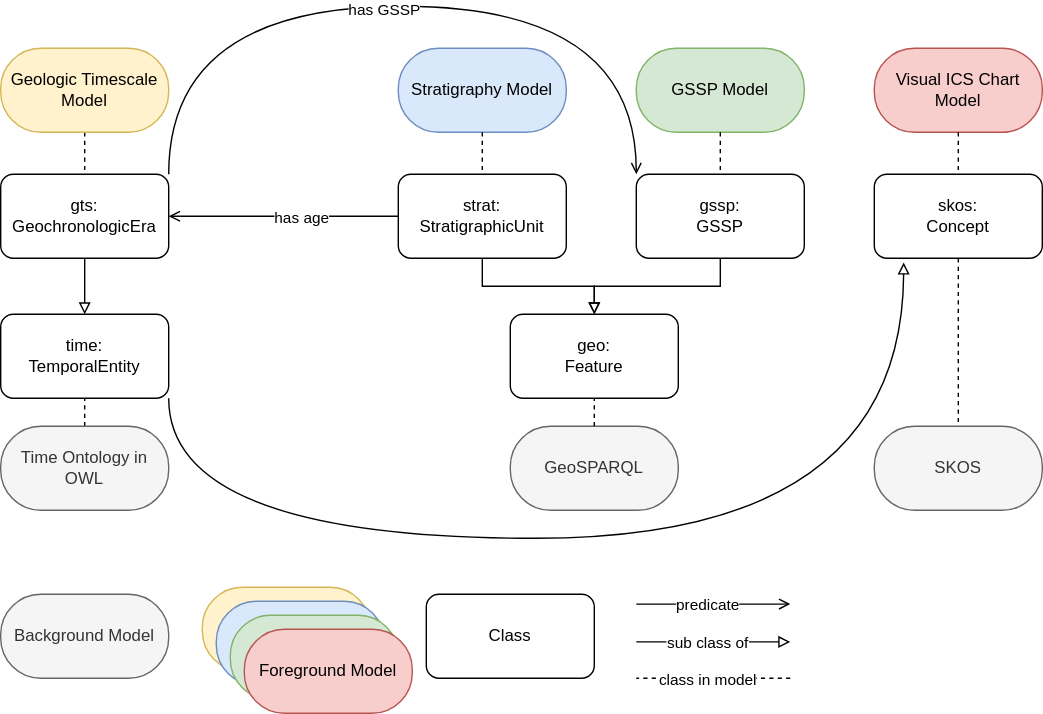
Above: images/supermodel/integrative.svg in i-c-stratigraphy/i-c-stratigraphy.github.io (draw.io), before the change. Source tidied: cells renumbered, new cells last; positions are measured from the earlier drawing's top-left corner, leaving out a move shared by most shapes.
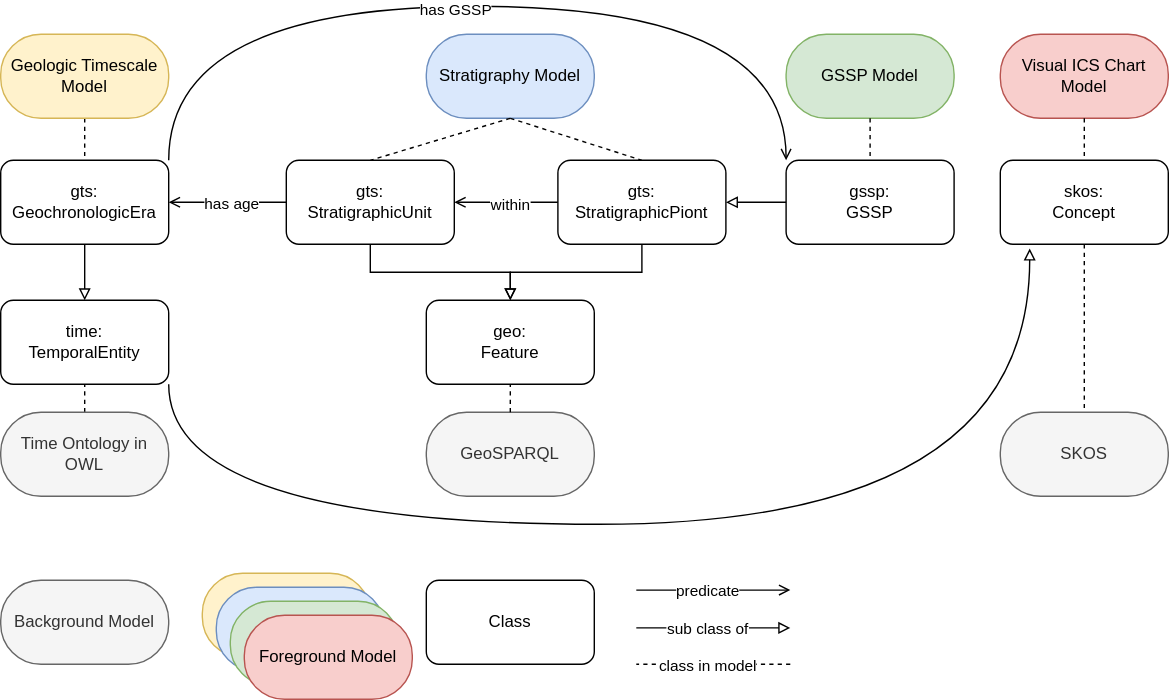
The same file after the commit.

Commit message:
updated supermodel diag

Change to the diagram source:
```diff
@@ -9,13 +9,13 @@
       <mxGeometry y="30" width="120" height="60" as="geometry" />
     </mxCell>
     <mxCell id="4" value="Stratigraphy Model" style="rounded=1;whiteSpace=wrap;html=1;arcSize=48;fillColor=#dae8fc;strokeColor=#6c8ebf;" parent="1" vertex="1">
-      <mxGeometry x="284" y="30" width="120" height="60" as="geometry" />
+      <mxGeometry x="304" y="30" width="120" height="60" as="geometry" />
     </mxCell>
     <mxCell id="5" value="Visual ICS Chart Model" style="rounded=1;whiteSpace=wrap;html=1;arcSize=48;fillColor=#f8cecc;strokeColor=#b85450;" parent="1" vertex="1">
-      <mxGeometry x="624" y="30" width="120" height="60" as="geometry" />
+      <mxGeometry x="714" y="30" width="120" height="60" as="geometry" />
     </mxCell>
     <mxCell id="6" value="GSSP Model" style="rounded=1;whiteSpace=wrap;html=1;arcSize=48;fillColor=#d5e8d4;strokeColor=#82b366;" parent="1" vertex="1">
-      <mxGeometry x="454" y="30" width="120" height="60" as="geometry" />
+      <mxGeometry x="561" y="30" width="120" height="60" as="geometry" />
     </mxCell>
     <mxCell id="7" style="rounded=0;jettySize=auto;html=1;entryX=0.5;entryY=1;entryDx=0;entryDy=0;dashed=1;endArrow=none;endFill=0;" parent="1" edge="1" source="8" target="10">
       <mxGeometry relative="1" as="geometry" />
@@ -24,7 +24,7 @@
       <mxGeometry y="300" width="120" height="60" as="geometry" />
     </mxCell>
     <mxCell id="9" value="GeoSPARQL" style="rounded=1;whiteSpace=wrap;html=1;arcSize=48;fillColor=#f5f5f5;fontColor=#333333;strokeColor=#666666;" parent="1" vertex="1">
-      <mxGeometry x="364" y="300" width="120" height="60" as="geometry" />
+      <mxGeometry x="304" y="300" width="120" height="60" as="geometry" />
     </mxCell>
     <mxCell id="10" value="time:&lt;br&gt;TemporalEntity" style="rounded=1;whiteSpace=wrap;html=1;" parent="1" vertex="1">
       <mxGeometry y="220" width="120" height="60" as="geometry" />
@@ -35,8 +35,8 @@
     <mxCell id="12" style="edgeStyle=orthogonalEdgeStyle;rounded=0;jettySize=auto;html=1;curved=1;exitX=1;exitY=0;exitDx=0;exitDy=0;entryX=0;entryY=0;entryDx=0;entryDy=0;endArrow=open;endFill=0;" parent="1" edge="1" source="14" target="22">
       <mxGeometry relative="1" as="geometry">
         <Array as="points">
-          <mxPoint x="120" />
-          <mxPoint x="454" />
+          <mxPoint x="120" y="10" />
+          <mxPoint x="561" y="10" />
         </Array>
       </mxGeometry>
     </mxCell>
@@ -51,17 +51,17 @@
     </mxCell>
     <mxCell id="16" value="has age" style="edgeLabel;html=1;align=center;verticalAlign=middle;" parent="15" vertex="1">
       <mxGeometry x="0.32" y="-2" relative="1" as="geometry">
-        <mxPoint x="38" y="2" as="offset" />
+        <mxPoint x="15" y="2" as="offset" />
       </mxGeometry>
     </mxCell>
-    <mxCell id="17" value="strat:&lt;br&gt;StratigraphicUnit" style="rounded=1;whiteSpace=wrap;html=1;" parent="1" vertex="1">
-      <mxGeometry x="284" y="120" width="120" height="60" as="geometry" />
+    <mxCell id="17" value="gts:&lt;br&gt;StratigraphicUnit" style="rounded=1;whiteSpace=wrap;html=1;" parent="1" vertex="1">
+      <mxGeometry x="204" y="120" width="120" height="60" as="geometry" />
     </mxCell>
     <mxCell id="18" style="rounded=0;jettySize=auto;html=1;entryX=0.5;entryY=0;entryDx=0;entryDy=0;dashed=1;endArrow=none;endFill=0;exitX=0.5;exitY=1;exitDx=0;exitDy=0;" parent="1" edge="1" source="4" target="17">
       <mxGeometry relative="1" as="geometry" />
     </mxCell>
     <mxCell id="19" value="geo:&lt;br&gt;Feature" style="rounded=1;whiteSpace=wrap;html=1;" parent="1" vertex="1">
-      <mxGeometry x="364" y="220" width="120" height="60" as="geometry" />
+      <mxGeometry x="304" y="220" width="120" height="60" as="geometry" />
     </mxCell>
     <mxCell id="20" style="edgeStyle=orthogonalEdgeStyle;rounded=0;jettySize=auto;html=1;endArrow=block;endFill=0;exitX=0.5;exitY=1;exitDx=0;exitDy=0;entryX=0.5;entryY=0;entryDx=0;entryDy=0;" parent="1" edge="1" source="17" target="19">
       <mxGeometry relative="1" as="geometry" />
@@ -70,22 +70,19 @@
       <mxGeometry relative="1" as="geometry" />
     </mxCell>
     <mxCell id="22" value="&lt;div&gt;gssp:&lt;/div&gt;&lt;div&gt;GSSP&lt;/div&gt;" style="rounded=1;whiteSpace=wrap;html=1;" parent="1" vertex="1">
-      <mxGeometry x="454" y="120" width="120" height="60" as="geometry" />
+      <mxGeometry x="561" y="120" width="120" height="60" as="geometry" />
     </mxCell>
     <mxCell id="23" style="rounded=0;jettySize=auto;html=1;entryX=0.5;entryY=0;entryDx=0;entryDy=0;dashed=1;endArrow=none;endFill=0;exitX=0.5;exitY=1;exitDx=0;exitDy=0;" parent="1" edge="1" source="6" target="22">
       <mxGeometry relative="1" as="geometry" />
     </mxCell>
-    <mxCell id="24" style="edgeStyle=orthogonalEdgeStyle;rounded=0;jettySize=auto;html=1;endArrow=block;endFill=0;exitX=0.5;exitY=1;exitDx=0;exitDy=0;entryX=0.5;entryY=0;entryDx=0;entryDy=0;" parent="1" edge="1" source="22" target="19">
-      <mxGeometry relative="1" as="geometry" />
-    </mxCell>
     <mxCell id="25" value="skos:&lt;br&gt;Concept" style="rounded=1;whiteSpace=wrap;html=1;" parent="1" vertex="1">
-      <mxGeometry x="624" y="120" width="120" height="60" as="geometry" />
+      <mxGeometry x="714" y="120" width="120" height="60" as="geometry" />
     </mxCell>
     <mxCell id="26" style="rounded=0;jettySize=auto;html=1;entryX=0.5;entryY=0;entryDx=0;entryDy=0;dashed=1;endArrow=none;endFill=0;exitX=0.5;exitY=1;exitDx=0;exitDy=0;" parent="1" edge="1" source="5" target="25">
       <mxGeometry relative="1" as="geometry" />
     </mxCell>
     <mxCell id="27" value="SKOS" style="rounded=1;whiteSpace=wrap;html=1;arcSize=48;fillColor=#f5f5f5;fontColor=#333333;strokeColor=#666666;" parent="1" vertex="1">
-      <mxGeometry x="624" y="300" width="120" height="60" as="geometry" />
+      <mxGeometry x="714" y="300" width="120" height="60" as="geometry" />
     </mxCell>
     <mxCell id="28" style="rounded=0;jettySize=auto;html=1;entryX=0.5;entryY=0;entryDx=0;entryDy=0;dashed=1;endArrow=none;endFill=0;exitX=0.5;exitY=1;exitDx=0;exitDy=0;" parent="1" edge="1" source="25" target="27">
       <mxGeometry relative="1" as="geometry" />
@@ -94,7 +91,7 @@
       <mxGeometry relative="1" as="geometry">
         <Array as="points">
           <mxPoint x="120" y="380" />
-          <mxPoint x="644" y="380" />
+          <mxPoint x="735" y="380" />
         </Array>
       </mxGeometry>
     </mxCell>
@@ -152,5 +149,23 @@
         <mxPoint x="1" y="-4" as="offset" />
       </mxGeometry>
     </mxCell>
+    <mxCell id="43" style="edgeStyle=orthogonalEdgeStyle;rounded=0;jettySize=auto;html=1;entryX=1;entryY=0.5;entryDx=0;entryDy=0;endArrow=open;endFill=0;" parent="1" edge="1" source="45" target="17">
+      <mxGeometry relative="1" as="geometry" />
+    </mxCell>
+    <mxCell id="44" value="within" style="edgeLabel;html=1;align=center;verticalAlign=middle;" parent="43" vertex="1">
+      <mxGeometry x="-0.05" y="1" relative="1" as="geometry" />
+    </mxCell>
+    <mxCell id="45" value="gts:&lt;br&gt;StratigraphicPiont" style="rounded=1;whiteSpace=wrap;html=1;" parent="1" vertex="1">
+      <mxGeometry x="398" y="120" width="120" height="60" as="geometry" />
+    </mxCell>
+    <mxCell id="46" style="rounded=0;jettySize=auto;html=1;entryX=0.5;entryY=0;entryDx=0;entryDy=0;dashed=1;endArrow=none;endFill=0;exitX=0.5;exitY=1;exitDx=0;exitDy=0;" parent="1" edge="1" source="4" target="45">
+      <mxGeometry relative="1" as="geometry" />
+    </mxCell>
+    <mxCell id="47" style="edgeStyle=orthogonalEdgeStyle;rounded=0;jettySize=auto;html=1;endArrow=block;endFill=0;entryX=0.5;entryY=0;entryDx=0;entryDy=0;exitX=0.5;exitY=1;exitDx=0;exitDy=0;" parent="1" edge="1" source="45" target="19">
+      <mxGeometry relative="1" as="geometry" />
+    </mxCell>
+    <mxCell id="48" style="edgeStyle=orthogonalEdgeStyle;rounded=0;jettySize=auto;html=1;endArrow=block;endFill=0;exitX=0;exitY=0.5;exitDx=0;exitDy=0;entryX=1;entryY=0.5;entryDx=0;entryDy=0;" parent="1" edge="1" source="22" target="45">
+      <mxGeometry relative="1" as="geometry" />
+    </mxCell>
   </root>
 </mxGraphModel>
```
